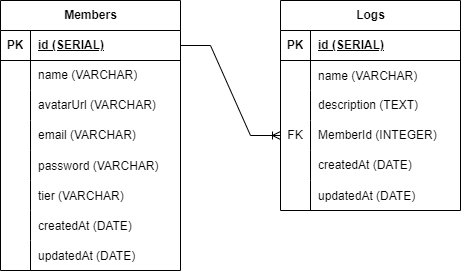
Earlier version of the draw.io export schema_erd.png (wahidfebr/gudangtools-server). Source tidied: cells renumbered, new cells last; positions are measured from the earlier drawing's top-left corner, leaving out a move shared by most shapes. Source of this version:
```xml
<mxGraphModel>
  <root>
    <mxCell id="0" />
    <mxCell id="1" parent="0" />
    <mxCell id="2" value="Members" style="shape=table;startSize=30;rowLines=0;fontStyle=1;align=center;html=1;" parent="1" vertex="1">
      <mxGeometry width="180" height="270" as="geometry" />
    </mxCell>
    <mxCell id="3" style="shape=tableRow;horizontal=0;startSize=0;swimlaneHead=0;swimlaneBody=0;fillColor=none;points=[[0,0.5],[1,0.5]];portConstraint=eastwest;top=0;left=0;right=0;bottom=1;" parent="2" vertex="1">
      <mxGeometry y="30" width="180" height="30" as="geometry" />
    </mxCell>
    <mxCell id="4" value="PK" style="shape=partialRectangle;fillColor=none;top=0;left=0;bottom=0;right=0;fontStyle=1;overflow=hidden;whiteSpace=wrap;html=1;" parent="3" vertex="1">
      <mxGeometry width="30" height="30" as="geometry" />
    </mxCell>
    <mxCell id="5" value="id (SERIAL)" style="shape=partialRectangle;fillColor=none;top=0;left=0;bottom=0;right=0;align=left;spacingLeft=6;fontStyle=5;overflow=hidden;whiteSpace=wrap;html=1;" parent="3" vertex="1">
      <mxGeometry x="30" width="150" height="30" as="geometry" />
    </mxCell>
    <mxCell id="6" style="shape=tableRow;horizontal=0;startSize=0;swimlaneHead=0;swimlaneBody=0;fillColor=none;top=0;left=0;right=0;bottom=0;" parent="2" vertex="1">
      <mxGeometry y="60" width="180" height="30" as="geometry" />
    </mxCell>
    <mxCell id="7" style="shape=partialRectangle;fillColor=none;top=0;left=0;bottom=0;right=0;overflow=hidden;whiteSpace=wrap;html=1;" parent="6" vertex="1">
      <mxGeometry width="30" height="30" as="geometry" />
    </mxCell>
    <mxCell id="8" value="name (VARCHAR)" style="shape=partialRectangle;fillColor=none;top=0;left=0;bottom=0;right=0;align=left;spacingLeft=6;overflow=hidden;whiteSpace=wrap;html=1;" parent="6" vertex="1">
      <mxGeometry x="30" width="150" height="30" as="geometry" />
    </mxCell>
    <mxCell id="9" style="shape=tableRow;horizontal=0;startSize=0;swimlaneHead=0;swimlaneBody=0;fillColor=none;top=0;left=0;right=0;bottom=0;" parent="2" vertex="1">
      <mxGeometry y="90" width="180" height="30" as="geometry" />
    </mxCell>
    <mxCell id="10" style="shape=partialRectangle;fillColor=none;top=0;left=0;bottom=0;right=0;overflow=hidden;whiteSpace=wrap;html=1;" parent="9" vertex="1">
      <mxGeometry width="30" height="30" as="geometry" />
    </mxCell>
    <mxCell id="11" value="avatarUrl (VARCHAR)" style="shape=partialRectangle;fillColor=none;top=0;left=0;bottom=0;right=0;align=left;spacingLeft=6;overflow=hidden;whiteSpace=wrap;html=1;" parent="9" vertex="1">
      <mxGeometry x="30" width="150" height="30" as="geometry" />
    </mxCell>
    <mxCell id="12" style="shape=tableRow;horizontal=0;startSize=0;swimlaneHead=0;swimlaneBody=0;fillColor=none;top=0;left=0;right=0;bottom=0;" parent="2" vertex="1">
      <mxGeometry y="120" width="180" height="30" as="geometry" />
    </mxCell>
    <mxCell id="13" style="shape=partialRectangle;fillColor=none;top=0;left=0;bottom=0;right=0;overflow=hidden;whiteSpace=wrap;html=1;" parent="12" vertex="1">
      <mxGeometry width="30" height="30" as="geometry" />
    </mxCell>
    <mxCell id="14" value="email (VARCHAR)" style="shape=partialRectangle;fillColor=none;top=0;left=0;bottom=0;right=0;align=left;spacingLeft=6;overflow=hidden;whiteSpace=wrap;html=1;" parent="12" vertex="1">
      <mxGeometry x="30" width="150" height="30" as="geometry" />
    </mxCell>
    <mxCell id="15" style="shape=tableRow;horizontal=0;startSize=0;swimlaneHead=0;swimlaneBody=0;fillColor=none;top=0;left=0;right=0;bottom=0;" parent="2" vertex="1">
      <mxGeometry y="150" width="180" height="30" as="geometry" />
    </mxCell>
    <mxCell id="16" style="shape=partialRectangle;fillColor=none;top=0;left=0;bottom=0;right=0;overflow=hidden;" parent="15" vertex="1">
      <mxGeometry width="30" height="30" as="geometry" />
    </mxCell>
    <mxCell id="17" value="password (VARCHAR)" style="shape=partialRectangle;fillColor=none;top=0;left=0;bottom=0;right=0;align=left;spacingLeft=6;overflow=hidden;" parent="15" vertex="1">
      <mxGeometry x="30" width="150" height="30" as="geometry" />
    </mxCell>
    <mxCell id="18" style="shape=tableRow;horizontal=0;startSize=0;swimlaneHead=0;swimlaneBody=0;fillColor=none;top=0;left=0;right=0;bottom=0;" parent="2" vertex="1">
      <mxGeometry y="180" width="180" height="30" as="geometry" />
    </mxCell>
    <mxCell id="19" style="shape=partialRectangle;fillColor=none;top=0;left=0;bottom=0;right=0;overflow=hidden;" parent="18" vertex="1">
      <mxGeometry width="30" height="30" as="geometry" />
    </mxCell>
    <mxCell id="20" value="tier (VARCHAR)" style="shape=partialRectangle;fillColor=none;top=0;left=0;bottom=0;right=0;align=left;spacingLeft=6;overflow=hidden;" parent="18" vertex="1">
      <mxGeometry x="30" width="150" height="30" as="geometry" />
    </mxCell>
    <mxCell id="21" style="shape=tableRow;horizontal=0;startSize=0;swimlaneHead=0;swimlaneBody=0;fillColor=none;top=0;left=0;right=0;bottom=0;" parent="2" vertex="1">
      <mxGeometry y="210" width="180" height="30" as="geometry" />
    </mxCell>
    <mxCell id="22" style="shape=partialRectangle;fillColor=none;top=0;left=0;bottom=0;right=0;overflow=hidden;" parent="21" vertex="1">
      <mxGeometry width="30" height="30" as="geometry" />
    </mxCell>
    <mxCell id="23" value="createdAt (DATE)" style="shape=partialRectangle;fillColor=none;top=0;left=0;bottom=0;right=0;align=left;spacingLeft=6;overflow=hidden;" parent="21" vertex="1">
      <mxGeometry x="30" width="150" height="30" as="geometry" />
    </mxCell>
    <mxCell id="24" style="shape=tableRow;horizontal=0;startSize=0;swimlaneHead=0;swimlaneBody=0;fillColor=none;top=0;left=0;right=0;bottom=0;" parent="2" vertex="1">
      <mxGeometry y="240" width="180" height="30" as="geometry" />
    </mxCell>
    <mxCell id="25" style="shape=partialRectangle;fillColor=none;top=0;left=0;bottom=0;right=0;overflow=hidden;" parent="24" vertex="1">
      <mxGeometry width="30" height="30" as="geometry" />
    </mxCell>
    <mxCell id="26" value="updatedAt (DATE)" style="shape=partialRectangle;fillColor=none;top=0;left=0;bottom=0;right=0;align=left;spacingLeft=6;overflow=hidden;" parent="24" vertex="1">
      <mxGeometry x="30" width="150" height="30" as="geometry" />
    </mxCell>
    <mxCell id="27" value="Logs" style="shape=table;startSize=30;rowLines=0;fontStyle=1;align=center;html=1;" parent="1" vertex="1">
      <mxGeometry x="280" width="180" height="210" as="geometry" />
    </mxCell>
    <mxCell id="28" style="shape=tableRow;horizontal=0;startSize=0;swimlaneHead=0;swimlaneBody=0;fillColor=none;top=0;left=0;right=0;bottom=1;" parent="27" vertex="1">
      <mxGeometry y="30" width="180" height="30" as="geometry" />
    </mxCell>
    <mxCell id="29" value="PK" style="shape=partialRectangle;fillColor=none;top=0;left=0;bottom=0;right=0;fontStyle=1;overflow=hidden;whiteSpace=wrap;html=1;" parent="28" vertex="1">
      <mxGeometry width="30" height="30" as="geometry" />
    </mxCell>
    <mxCell id="30" value="id (SERIAL)" style="shape=partialRectangle;fillColor=none;top=0;left=0;bottom=0;right=0;align=left;spacingLeft=6;fontStyle=5;overflow=hidden;whiteSpace=wrap;html=1;" parent="28" vertex="1">
      <mxGeometry x="30" width="150" height="30" as="geometry" />
    </mxCell>
    <mxCell id="31" style="shape=tableRow;horizontal=0;startSize=0;swimlaneHead=0;swimlaneBody=0;fillColor=none;top=0;left=0;right=0;bottom=0;" parent="27" vertex="1">
      <mxGeometry y="60" width="180" height="30" as="geometry" />
    </mxCell>
    <mxCell id="32" style="shape=partialRectangle;fillColor=none;top=0;left=0;bottom=0;right=0;overflow=hidden;" parent="31" vertex="1">
      <mxGeometry width="30" height="30" as="geometry" />
    </mxCell>
    <mxCell id="33" value="name (VARCHAR)" style="shape=partialRectangle;fillColor=none;top=0;left=0;bottom=0;right=0;align=left;spacingLeft=6;overflow=hidden;" parent="31" vertex="1">
      <mxGeometry x="30" width="150" height="30" as="geometry" />
    </mxCell>
    <mxCell id="34" style="shape=tableRow;horizontal=0;startSize=0;swimlaneHead=0;swimlaneBody=0;fillColor=none;top=0;left=0;right=0;bottom=0;" parent="27" vertex="1">
      <mxGeometry y="90" width="180" height="30" as="geometry" />
    </mxCell>
    <mxCell id="35" style="shape=partialRectangle;fillColor=none;top=0;left=0;bottom=0;right=0;overflow=hidden;whiteSpace=wrap;html=1;" parent="34" vertex="1">
      <mxGeometry width="30" height="30" as="geometry" />
    </mxCell>
    <mxCell id="36" value="description (TEXT)" style="shape=partialRectangle;fillColor=none;top=0;left=0;bottom=0;right=0;align=left;spacingLeft=6;overflow=hidden;whiteSpace=wrap;html=1;" parent="34" vertex="1">
      <mxGeometry x="30" width="150" height="30" as="geometry" />
    </mxCell>
    <mxCell id="37" style="shape=tableRow;horizontal=0;startSize=0;swimlaneHead=0;swimlaneBody=0;fillColor=none;points=[[0,0.5],[1,0.5]];portConstraint=eastwest;top=0;left=0;right=0;bottom=0;" parent="27" vertex="1">
      <mxGeometry y="120" width="180" height="30" as="geometry" />
    </mxCell>
    <mxCell id="38" value="FK" style="shape=partialRectangle;fillColor=none;top=0;left=0;bottom=0;right=0;overflow=hidden;whiteSpace=wrap;html=1;" parent="37" vertex="1">
      <mxGeometry width="30" height="30" as="geometry" />
    </mxCell>
    <mxCell id="39" value="MemberId (INTEGER)" style="shape=partialRectangle;fillColor=none;top=0;left=0;bottom=0;right=0;align=left;spacingLeft=6;overflow=hidden;whiteSpace=wrap;html=1;" parent="37" vertex="1">
      <mxGeometry x="30" width="150" height="30" as="geometry" />
    </mxCell>
    <mxCell id="40" style="shape=tableRow;horizontal=0;startSize=0;swimlaneHead=0;swimlaneBody=0;fillColor=none;top=0;left=0;right=0;bottom=0;" parent="27" vertex="1">
      <mxGeometry y="150" width="180" height="30" as="geometry" />
    </mxCell>
    <mxCell id="41" style="shape=partialRectangle;fillColor=none;top=0;left=0;bottom=0;right=0;overflow=hidden;whiteSpace=wrap;html=1;" parent="40" vertex="1">
      <mxGeometry width="30" height="30" as="geometry" />
    </mxCell>
    <mxCell id="42" value="createdAt (DATE)" style="shape=partialRectangle;fillColor=none;top=0;left=0;bottom=0;right=0;align=left;spacingLeft=6;overflow=hidden;whiteSpace=wrap;html=1;" parent="40" vertex="1">
      <mxGeometry x="30" width="150" height="30" as="geometry" />
    </mxCell>
    <mxCell id="43" style="shape=tableRow;horizontal=0;startSize=0;swimlaneHead=0;swimlaneBody=0;fillColor=none;top=0;left=0;right=0;bottom=0;" parent="27" vertex="1">
      <mxGeometry y="180" width="180" height="30" as="geometry" />
    </mxCell>
    <mxCell id="44" style="shape=partialRectangle;fillColor=none;top=0;left=0;bottom=0;right=0;overflow=hidden;" parent="43" vertex="1">
      <mxGeometry width="30" height="30" as="geometry" />
    </mxCell>
    <mxCell id="45" value="updatedAt (DATE)" style="shape=partialRectangle;fillColor=none;top=0;left=0;bottom=0;right=0;align=left;spacingLeft=6;overflow=hidden;" parent="43" vertex="1">
      <mxGeometry x="30" width="150" height="30" as="geometry" />
    </mxCell>
    <mxCell id="46" style="edgeStyle=entityRelationEdgeStyle;fontSize=12;html=1;endArrow=ERoneToMany;rounded=0;exitX=1;exitY=0.5;exitDx=0;exitDy=0;entryX=0;entryY=0.5;entryDx=0;entryDy=0;" parent="1" edge="1" source="3" target="37">
      <mxGeometry relative="1" as="geometry" />
    </mxCell>
  </root>
</mxGraphModel>
```
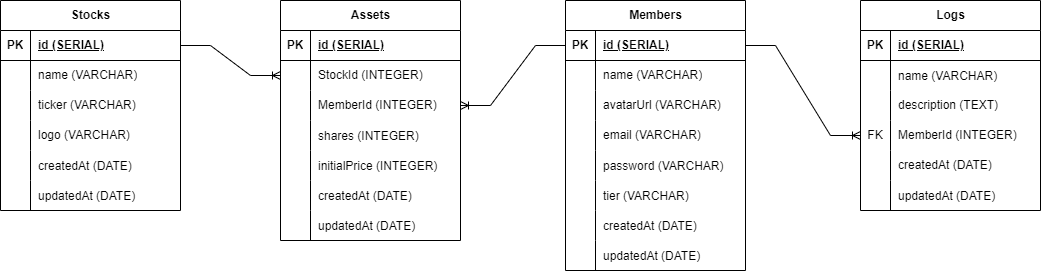
Later version of the same file.

Change to the diagram source:
```diff
@@ -3,7 +3,7 @@
     <mxCell id="0" />
     <mxCell id="1" parent="0" />
     <mxCell id="2" value="Members" style="shape=table;startSize=30;rowLines=0;fontStyle=1;align=center;html=1;" parent="1" vertex="1">
-      <mxGeometry width="180" height="270" as="geometry" />
+      <mxGeometry x="305" y="65" width="180" height="270" as="geometry" />
     </mxCell>
     <mxCell id="3" style="shape=tableRow;horizontal=0;startSize=0;swimlaneHead=0;swimlaneBody=0;fillColor=none;points=[[0,0.5],[1,0.5]];portConstraint=eastwest;top=0;left=0;right=0;bottom=1;" parent="2" vertex="1">
       <mxGeometry y="30" width="180" height="30" as="geometry" />
@@ -78,7 +78,7 @@
       <mxGeometry x="30" width="150" height="30" as="geometry" />
     </mxCell>
     <mxCell id="27" value="Logs" style="shape=table;startSize=30;rowLines=0;fontStyle=1;align=center;html=1;" parent="1" vertex="1">
-      <mxGeometry x="280" width="180" height="210" as="geometry" />
+      <mxGeometry x="600" y="65" width="180" height="210" as="geometry" />
     </mxCell>
     <mxCell id="28" style="shape=tableRow;horizontal=0;startSize=0;swimlaneHead=0;swimlaneBody=0;fillColor=none;top=0;left=0;right=0;bottom=1;" parent="27" vertex="1">
       <mxGeometry y="30" width="180" height="30" as="geometry" />
@@ -137,5 +137,134 @@
     <mxCell id="46" style="edgeStyle=entityRelationEdgeStyle;fontSize=12;html=1;endArrow=ERoneToMany;rounded=0;exitX=1;exitY=0.5;exitDx=0;exitDy=0;entryX=0;entryY=0.5;entryDx=0;entryDy=0;" parent="1" edge="1" source="3" target="37">
       <mxGeometry relative="1" as="geometry" />
     </mxCell>
+    <mxCell id="47" value="Stocks" style="shape=table;startSize=30;rowLines=0;fontStyle=1;align=center;html=1;" parent="1" vertex="1">
+      <mxGeometry x="-260" y="65" width="180" height="210" as="geometry" />
+    </mxCell>
+    <mxCell id="48" style="shape=tableRow;horizontal=0;startSize=0;swimlaneHead=0;swimlaneBody=0;fillColor=none;points=[[0,0.5],[1,0.5]];portConstraint=eastwest;top=0;left=0;right=0;bottom=1;" parent="47" vertex="1">
+      <mxGeometry y="30" width="180" height="30" as="geometry" />
+    </mxCell>
+    <mxCell id="49" value="PK" style="shape=partialRectangle;fillColor=none;top=0;left=0;bottom=0;right=0;fontStyle=1;overflow=hidden;whiteSpace=wrap;html=1;" parent="48" vertex="1">
+      <mxGeometry width="30" height="30" as="geometry" />
+    </mxCell>
+    <mxCell id="50" value="id (SERIAL)" style="shape=partialRectangle;fillColor=none;top=0;left=0;bottom=0;right=0;align=left;spacingLeft=6;fontStyle=5;overflow=hidden;whiteSpace=wrap;html=1;" parent="48" vertex="1">
+      <mxGeometry x="30" width="150" height="30" as="geometry" />
+    </mxCell>
+    <mxCell id="51" style="shape=tableRow;horizontal=0;startSize=0;swimlaneHead=0;swimlaneBody=0;fillColor=none;top=0;left=0;right=0;bottom=0;" parent="47" vertex="1">
+      <mxGeometry y="60" width="180" height="30" as="geometry" />
+    </mxCell>
+    <mxCell id="52" style="shape=partialRectangle;fillColor=none;top=0;left=0;bottom=0;right=0;overflow=hidden;whiteSpace=wrap;html=1;" parent="51" vertex="1">
+      <mxGeometry width="30" height="30" as="geometry" />
+    </mxCell>
+    <mxCell id="53" value="name (VARCHAR)" style="shape=partialRectangle;fillColor=none;top=0;left=0;bottom=0;right=0;align=left;spacingLeft=6;overflow=hidden;whiteSpace=wrap;html=1;" parent="51" vertex="1">
+      <mxGeometry x="30" width="150" height="30" as="geometry" />
+    </mxCell>
+    <mxCell id="54" style="shape=tableRow;horizontal=0;startSize=0;swimlaneHead=0;swimlaneBody=0;fillColor=none;top=0;left=0;right=0;bottom=0;" parent="47" vertex="1">
+      <mxGeometry y="90" width="180" height="30" as="geometry" />
+    </mxCell>
+    <mxCell id="55" style="shape=partialRectangle;fillColor=none;top=0;left=0;bottom=0;right=0;overflow=hidden;whiteSpace=wrap;html=1;" parent="54" vertex="1">
+      <mxGeometry width="30" height="30" as="geometry" />
+    </mxCell>
+    <mxCell id="56" value="ticker (VARCHAR)" style="shape=partialRectangle;fillColor=none;top=0;left=0;bottom=0;right=0;align=left;spacingLeft=6;overflow=hidden;whiteSpace=wrap;html=1;" parent="54" vertex="1">
+      <mxGeometry x="30" width="150" height="30" as="geometry" />
+    </mxCell>
+    <mxCell id="57" style="shape=tableRow;horizontal=0;startSize=0;swimlaneHead=0;swimlaneBody=0;fillColor=none;top=0;left=0;right=0;bottom=0;" parent="47" vertex="1">
+      <mxGeometry y="120" width="180" height="30" as="geometry" />
+    </mxCell>
+    <mxCell id="58" style="shape=partialRectangle;fillColor=none;top=0;left=0;bottom=0;right=0;overflow=hidden;whiteSpace=wrap;html=1;" parent="57" vertex="1">
+      <mxGeometry width="30" height="30" as="geometry" />
+    </mxCell>
+    <mxCell id="59" value="logo (VARCHAR)" style="shape=partialRectangle;fillColor=none;top=0;left=0;bottom=0;right=0;align=left;spacingLeft=6;overflow=hidden;whiteSpace=wrap;html=1;" parent="57" vertex="1">
+      <mxGeometry x="30" width="150" height="30" as="geometry" />
+    </mxCell>
+    <mxCell id="60" style="shape=tableRow;horizontal=0;startSize=0;swimlaneHead=0;swimlaneBody=0;fillColor=none;top=0;left=0;right=0;bottom=0;" parent="47" vertex="1">
+      <mxGeometry y="150" width="180" height="30" as="geometry" />
+    </mxCell>
+    <mxCell id="61" style="shape=partialRectangle;fillColor=none;top=0;left=0;bottom=0;right=0;overflow=hidden;" parent="60" vertex="1">
+      <mxGeometry width="30" height="30" as="geometry" />
+    </mxCell>
+    <mxCell id="62" value="createdAt (DATE)" style="shape=partialRectangle;fillColor=none;top=0;left=0;bottom=0;right=0;align=left;spacingLeft=6;overflow=hidden;" parent="60" vertex="1">
+      <mxGeometry x="30" width="150" height="30" as="geometry" />
+    </mxCell>
+    <mxCell id="63" style="shape=tableRow;horizontal=0;startSize=0;swimlaneHead=0;swimlaneBody=0;fillColor=none;top=0;left=0;right=0;bottom=0;" parent="47" vertex="1">
+      <mxGeometry y="180" width="180" height="30" as="geometry" />
+    </mxCell>
+    <mxCell id="64" style="shape=partialRectangle;fillColor=none;top=0;left=0;bottom=0;right=0;overflow=hidden;" parent="63" vertex="1">
+      <mxGeometry width="30" height="30" as="geometry" />
+    </mxCell>
+    <mxCell id="65" value="updatedAt (DATE)" style="shape=partialRectangle;fillColor=none;top=0;left=0;bottom=0;right=0;align=left;spacingLeft=6;overflow=hidden;" parent="63" vertex="1">
+      <mxGeometry x="30" width="150" height="30" as="geometry" />
+    </mxCell>
+    <mxCell id="66" value="Assets" style="shape=table;startSize=30;rowLines=0;fontStyle=1;align=center;html=1;" parent="1" vertex="1">
+      <mxGeometry x="20" y="65" width="180" height="240" as="geometry" />
+    </mxCell>
+    <mxCell id="67" style="shape=tableRow;horizontal=0;startSize=0;swimlaneHead=0;swimlaneBody=0;fillColor=none;top=0;left=0;right=0;bottom=1;" parent="66" vertex="1">
+      <mxGeometry y="30" width="180" height="30" as="geometry" />
+    </mxCell>
+    <mxCell id="68" value="PK" style="shape=partialRectangle;fillColor=none;top=0;left=0;bottom=0;right=0;fontStyle=1;overflow=hidden;whiteSpace=wrap;html=1;" parent="67" vertex="1">
+      <mxGeometry width="30" height="30" as="geometry" />
+    </mxCell>
+    <mxCell id="69" value="id (SERIAL)" style="shape=partialRectangle;fillColor=none;top=0;left=0;bottom=0;right=0;align=left;spacingLeft=6;fontStyle=5;overflow=hidden;whiteSpace=wrap;html=1;" parent="67" vertex="1">
+      <mxGeometry x="30" width="150" height="30" as="geometry" />
+    </mxCell>
+    <mxCell id="70" style="shape=tableRow;horizontal=0;startSize=0;swimlaneHead=0;swimlaneBody=0;fillColor=none;points=[[0,0.5],[1,0.5]];portConstraint=eastwest;top=0;left=0;right=0;bottom=0;" parent="66" vertex="1">
+      <mxGeometry y="60" width="180" height="30" as="geometry" />
+    </mxCell>
+    <mxCell id="71" style="shape=partialRectangle;fillColor=none;top=0;left=0;bottom=0;right=0;overflow=hidden;whiteSpace=wrap;html=1;" parent="70" vertex="1">
+      <mxGeometry width="30" height="30" as="geometry" />
+    </mxCell>
+    <mxCell id="72" value="StockId (INTEGER)" style="shape=partialRectangle;fillColor=none;top=0;left=0;bottom=0;right=0;align=left;spacingLeft=6;overflow=hidden;whiteSpace=wrap;html=1;" parent="70" vertex="1">
+      <mxGeometry x="30" width="150" height="30" as="geometry" />
+    </mxCell>
+    <mxCell id="73" style="shape=tableRow;horizontal=0;startSize=0;swimlaneHead=0;swimlaneBody=0;fillColor=none;points=[[0,0.5],[1,0.5]];portConstraint=eastwest;top=0;left=0;right=0;bottom=0;" parent="66" vertex="1">
+      <mxGeometry y="90" width="180" height="30" as="geometry" />
+    </mxCell>
+    <mxCell id="74" style="shape=partialRectangle;fillColor=none;top=0;left=0;bottom=0;right=0;overflow=hidden;whiteSpace=wrap;html=1;" parent="73" vertex="1">
+      <mxGeometry width="30" height="30" as="geometry" />
+    </mxCell>
+    <mxCell id="75" value="MemberId (INTEGER)" style="shape=partialRectangle;fillColor=none;top=0;left=0;bottom=0;right=0;align=left;spacingLeft=6;overflow=hidden;whiteSpace=wrap;html=1;" parent="73" vertex="1">
+      <mxGeometry x="30" width="150" height="30" as="geometry" />
+    </mxCell>
+    <mxCell id="76" style="shape=tableRow;horizontal=0;startSize=0;swimlaneHead=0;swimlaneBody=0;fillColor=none;top=0;left=0;right=0;bottom=0;" parent="66" vertex="1">
+      <mxGeometry y="120" width="180" height="30" as="geometry" />
+    </mxCell>
+    <mxCell id="77" style="shape=partialRectangle;fillColor=none;top=0;left=0;bottom=0;right=0;overflow=hidden;" parent="76" vertex="1">
+      <mxGeometry width="30" height="30" as="geometry" />
+    </mxCell>
+    <mxCell id="78" value="shares (INTEGER)" style="shape=partialRectangle;fillColor=none;top=0;left=0;bottom=0;right=0;align=left;spacingLeft=6;overflow=hidden;" parent="76" vertex="1">
+      <mxGeometry x="30" width="150" height="30" as="geometry" />
+    </mxCell>
+    <mxCell id="79" style="shape=tableRow;horizontal=0;startSize=0;swimlaneHead=0;swimlaneBody=0;fillColor=none;top=0;left=0;right=0;bottom=0;" parent="66" vertex="1">
+      <mxGeometry y="150" width="180" height="30" as="geometry" />
+    </mxCell>
+    <mxCell id="80" style="shape=partialRectangle;fillColor=none;top=0;left=0;bottom=0;right=0;overflow=hidden;" parent="79" vertex="1">
+      <mxGeometry width="30" height="30" as="geometry" />
+    </mxCell>
+    <mxCell id="81" value="initialPrice (INTEGER)" style="shape=partialRectangle;fillColor=none;top=0;left=0;bottom=0;right=0;align=left;spacingLeft=6;overflow=hidden;" parent="79" vertex="1">
+      <mxGeometry x="30" width="150" height="30" as="geometry" />
+    </mxCell>
+    <mxCell id="82" style="shape=tableRow;horizontal=0;startSize=0;swimlaneHead=0;swimlaneBody=0;fillColor=none;top=0;left=0;right=0;bottom=0;" parent="66" vertex="1">
+      <mxGeometry y="180" width="180" height="30" as="geometry" />
+    </mxCell>
+    <mxCell id="83" style="shape=partialRectangle;fillColor=none;top=0;left=0;bottom=0;right=0;overflow=hidden;" parent="82" vertex="1">
+      <mxGeometry width="30" height="30" as="geometry" />
+    </mxCell>
+    <mxCell id="84" value="createdAt (DATE)" style="shape=partialRectangle;fillColor=none;top=0;left=0;bottom=0;right=0;align=left;spacingLeft=6;overflow=hidden;" parent="82" vertex="1">
+      <mxGeometry x="30" width="150" height="30" as="geometry" />
+    </mxCell>
+    <mxCell id="85" style="shape=tableRow;horizontal=0;startSize=0;swimlaneHead=0;swimlaneBody=0;fillColor=none;top=0;left=0;right=0;bottom=0;" parent="66" vertex="1">
+      <mxGeometry y="210" width="180" height="30" as="geometry" />
+    </mxCell>
+    <mxCell id="86" style="shape=partialRectangle;fillColor=none;top=0;left=0;bottom=0;right=0;overflow=hidden;" parent="85" vertex="1">
+      <mxGeometry width="30" height="30" as="geometry" />
+    </mxCell>
+    <mxCell id="87" value="updatedAt (DATE)" style="shape=partialRectangle;fillColor=none;top=0;left=0;bottom=0;right=0;align=left;spacingLeft=6;overflow=hidden;" parent="85" vertex="1">
+      <mxGeometry x="30" width="150" height="30" as="geometry" />
+    </mxCell>
+    <mxCell id="88" style="edgeStyle=entityRelationEdgeStyle;fontSize=12;html=1;endArrow=ERoneToMany;rounded=0;exitX=1;exitY=0.5;exitDx=0;exitDy=0;entryX=0;entryY=0.5;entryDx=0;entryDy=0;" parent="1" edge="1" source="48" target="70">
+      <mxGeometry relative="1" as="geometry" />
+    </mxCell>
+    <mxCell id="89" style="edgeStyle=entityRelationEdgeStyle;fontSize=12;html=1;endArrow=ERoneToMany;rounded=0;exitX=0;exitY=0.5;exitDx=0;exitDy=0;entryX=1;entryY=0.5;entryDx=0;entryDy=0;" parent="1" edge="1" source="3" target="73">
+      <mxGeometry relative="1" as="geometry" />
+    </mxCell>
   </root>
 </mxGraphModel>
```
